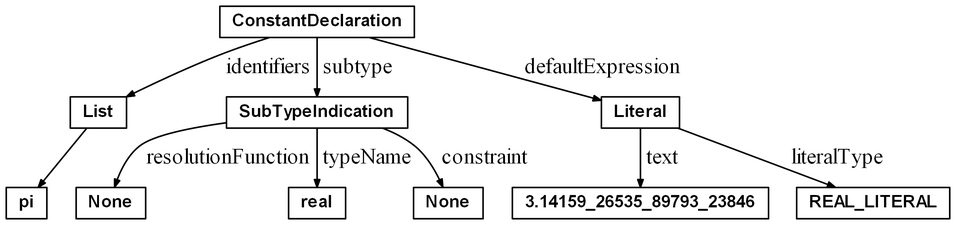
Earlier version of the Graphviz export document/Masterarbeit/images/ConstantDeclaration.png (chrreisinger/OpenVC). Its source is kept beside it as document/Masterarbeit/src/ConstantDeclaration.dot.
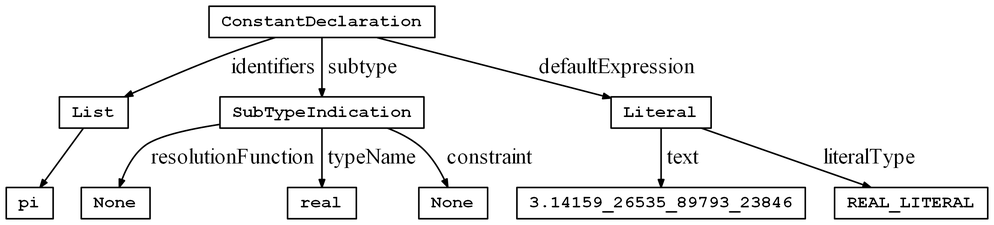
Later version of the same file.

Change to the diagram source:
```diff
@@ -2,7 +2,7 @@
 	graph [ dpi = 300 ];
 	ordering=out;
 	ranksep=.3;
-	node [shape=box, fixedsize=false, fontsize=11, fontname="Helvetica-bold", width=.25, height=.25];
+	node [shape=box, fixedsize=false, fontsize=11, fontname="Courier-Bold", width=.25, height=.25];
 	edge [arrowsize=.5, color="black"]
 
 	ConstantDeclaration;
```
